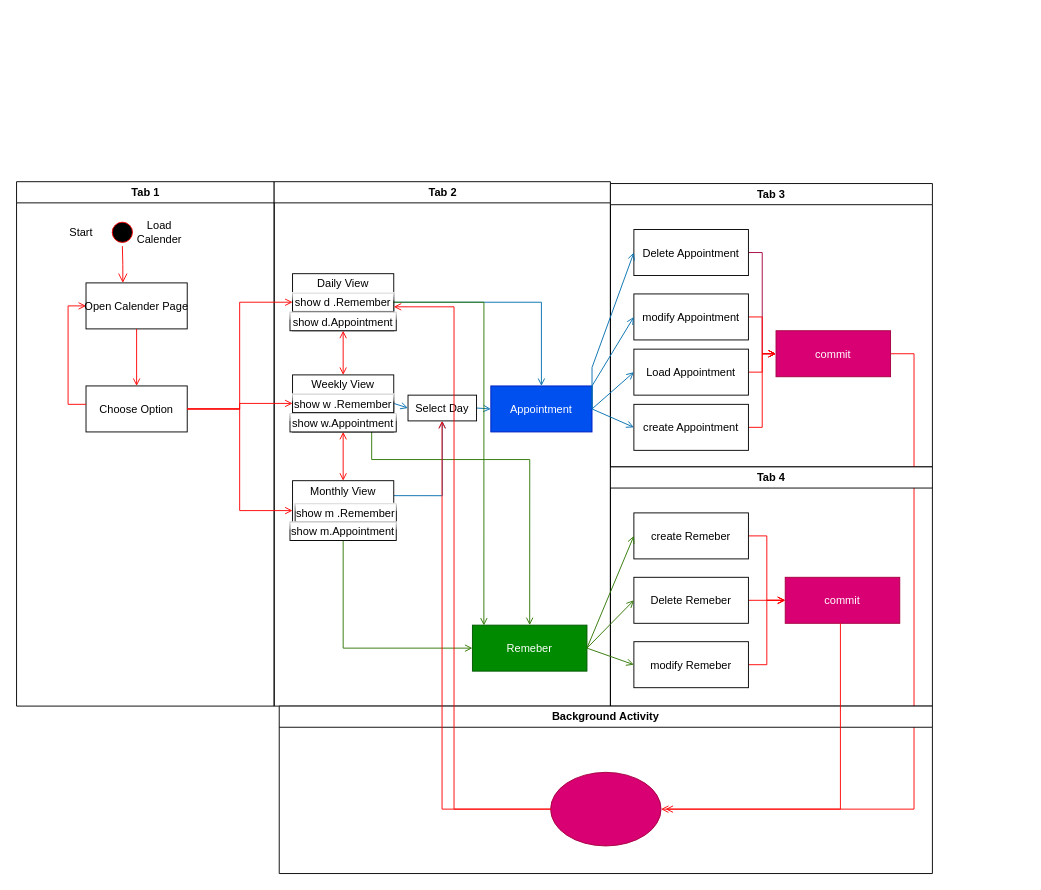
This is UML- AKtivitäten Diagramm/Aktivity Diagramm_15.40.drawio from Psion-Syncrolution/TimeBuddy, a draw.io file, before an edit. Source tidied: cells renumbered, new cells numbered last; positions are measured from the earlier drawing's top-left corner, leaving out a move shared by most shapes. Both pictures are drawn from the tidied source at 92%, with x=0, y=0 at pixel (16, 181).
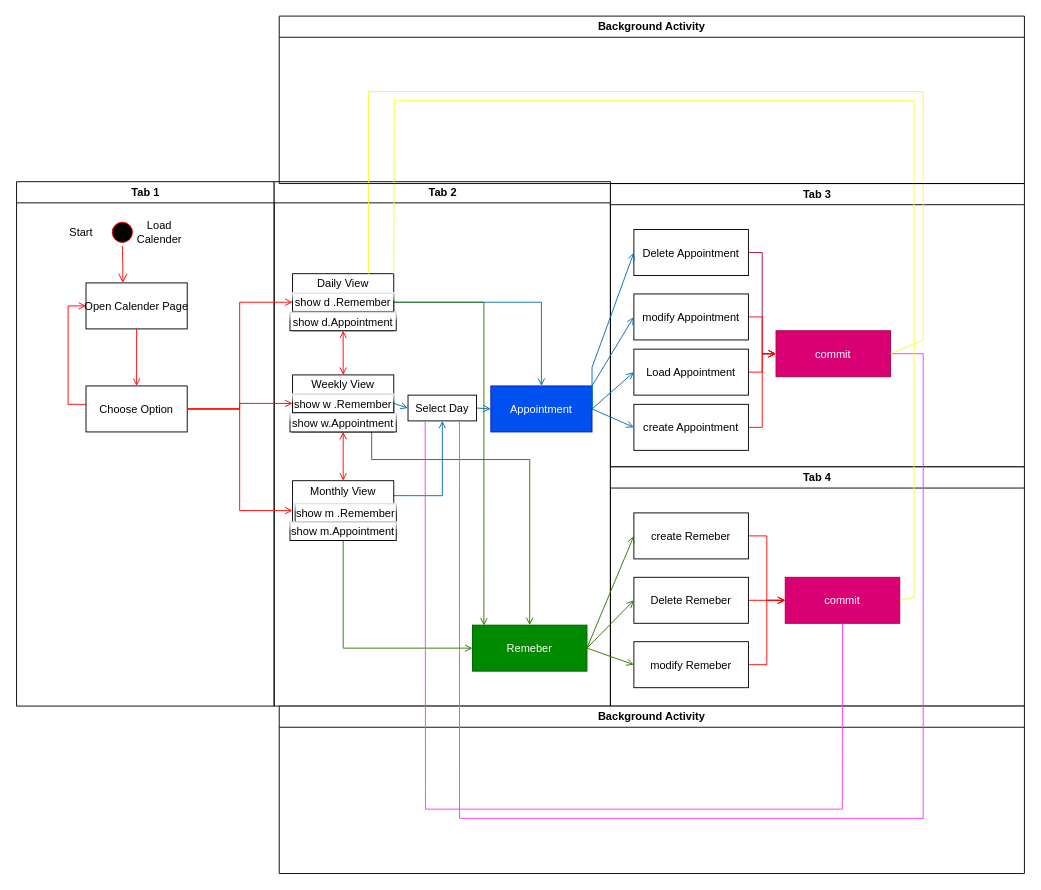
The same diagram, later.

The change refers to these unchanged cells:
```xml
<mxCell id="13" value="Daily View&#10;&#10;&#10;" parent="11" vertex="1">
  <mxGeometry x="20" y="100" width="110" height="62" as="geometry" />
</mxCell>
<mxCell id="25" value="Select Day" parent="11" vertex="1">
  <mxGeometry x="145.5" y="232" width="74.5" height="28" as="geometry" />
</mxCell>
<mxCell id="30" value="show d .Remember" style="glass=1;" parent="11" vertex="1">
  <mxGeometry x="20" y="121" width="110" height="20" as="geometry" />
</mxCell>
<mxCell id="44" value="commit" style="fillColor=#d80073;fontColor=#ffffff;strokeColor=#A50040;" parent="34" vertex="1">
  <mxGeometry x="180" y="160" width="124.5" height="50" as="geometry" />
</mxCell>
<mxCell id="56" value="commit" style="fillColor=#d80073;fontColor=#ffffff;strokeColor=#A50040;" parent="49" vertex="1">
  <mxGeometry x="190" y="120" width="124.5" height="50" as="geometry" />
</mxCell>
```

What changed in the source:
```diff
@@
     <mxCell id="34" value="Tab 3" style="swimlane;whiteSpace=wrap;" parent="1" vertex="1">
-      <mxGeometry x="646" y="2" width="350" height="308" as="geometry" />
+      <mxGeometry x="646" y="2" width="450" height="308" as="geometry" />
     </mxCell>
@@
-    <mxCell id="43" style="edgeStyle=elbowEdgeStyle;shape=connector;rounded=0;jettySize=auto;elbow=horizontal;html=1;strokeColor=#FF0000;align=center;verticalAlign=middle;fontFamily=Helvetica;fontSize=12;fontColor=#ffffff;labelBackgroundColor=default;endArrow=open;endFill=1;" parent="34" edge="1" source="44">
-      <mxGeometry relative="1" as="geometry">
-        <mxPoint x="60" y="680" as="targetPoint" />
-        <Array as="points">
-          <mxPoint x="330" y="430" />
-        </Array>
-      </mxGeometry>
-    </mxCell>
@@
     <mxCell id="49" value="Tab 4" style="swimlane;whiteSpace=wrap;" parent="1" vertex="1">
-      <mxGeometry x="646" y="310" width="350" height="260" as="geometry" />
+      <mxGeometry x="646" y="310" width="450" height="260" as="geometry" />
     </mxCell>
@@
     <mxCell id="63" value="Background Activity" style="swimlane;whiteSpace=wrap;startSize=23;" parent="1" vertex="1">
-      <mxGeometry x="286" y="570" width="710" height="182" as="geometry" />
+      <mxGeometry x="286" y="570" width="810" height="182" as="geometry" />
     </mxCell>
-    <mxCell id="64" style="ellipse;whiteSpace=wrap;html=1;strokeColor=#A50040;align=center;verticalAlign=middle;fontFamily=Helvetica;fontSize=12;fontColor=#ffffff;fillColor=#d80073;" parent="63" vertex="1">
-      <mxGeometry x="295" y="72" width="120" height="80" as="geometry" />
-    </mxCell>
-    <mxCell id="65" style="edgeStyle=elbowEdgeStyle;shape=connector;rounded=0;jettySize=auto;elbow=horizontal;html=1;entryX=1;entryY=0.5;entryDx=0;entryDy=0;strokeColor=#FF0000;align=center;verticalAlign=middle;fontFamily=Helvetica;fontSize=12;fontColor=#ffffff;labelBackgroundColor=default;endArrow=open;endFill=1;" parent="1" edge="1" source="56" target="64">
-      <mxGeometry relative="1" as="geometry">
-        <Array as="points">
-          <mxPoint x="896" y="562" />
-        </Array>
-      </mxGeometry>
-    </mxCell>
-    <mxCell id="66" style="edgeStyle=elbowEdgeStyle;shape=connector;rounded=0;jettySize=auto;elbow=horizontal;html=1;entryX=0.5;entryY=1;entryDx=0;entryDy=0;strokeColor=#FF0000;align=center;verticalAlign=middle;fontFamily=Helvetica;fontSize=12;fontColor=#ffffff;labelBackgroundColor=default;endArrow=open;endFill=1;" parent="1" edge="1" source="64" target="25">
-      <mxGeometry relative="1" as="geometry">
-        <Array as="points">
-          <mxPoint x="463" y="472" />
-        </Array>
-      </mxGeometry>
-    </mxCell>
-    <mxCell id="67" style="edgeStyle=elbowEdgeStyle;shape=connector;rounded=0;jettySize=auto;elbow=horizontal;html=1;entryX=1;entryY=0.75;entryDx=0;entryDy=0;strokeColor=#FF0000;align=center;verticalAlign=middle;fontFamily=Helvetica;fontSize=12;fontColor=#ffffff;labelBackgroundColor=default;endArrow=open;endFill=1;" parent="1" edge="1" source="64" target="30">
-      <mxGeometry relative="1" as="geometry">
-        <Array as="points">
-          <mxPoint x="476" y="402" />
-        </Array>
-      </mxGeometry>
-    </mxCell>
+    <mxCell id="68" style="endArrow=none;html=1;rounded=0;entryX=0.5;entryY=1;entryDx=0;entryDy=0;exitX=0.25;exitY=1;exitDx=0;exitDy=0;strokeColor=#FF33FF;" parent="1" edge="1" source="25" target="56">
+      <mxGeometry relative="1" as="geometry">
+        <Array as="points">
+          <mxPoint x="445" y="682" />
+          <mxPoint x="898" y="682" />
+        </Array>
+      </mxGeometry>
+    </mxCell>
+    <mxCell id="69" style="endArrow=none;html=1;rounded=0;entryX=1;entryY=0.5;entryDx=0;entryDy=0;exitX=0.75;exitY=1;exitDx=0;exitDy=0;strokeColor=#FF33FF;" parent="1" edge="1" source="25" target="44">
+      <mxGeometry relative="1" as="geometry">
+        <Array as="points">
+          <mxPoint x="482" y="692" />
+          <mxPoint x="986" y="692" />
+          <mxPoint x="986" y="187" />
+        </Array>
+      </mxGeometry>
+    </mxCell>
+    <mxCell id="70" style="endArrow=none;html=1;rounded=0;entryX=1;entryY=0.5;entryDx=0;entryDy=0;exitX=0.75;exitY=0;exitDx=0;exitDy=0;strokeColor=#F8FF2F;" parent="1" edge="1" source="13" target="44">
+      <mxGeometry relative="1" as="geometry">
+        <Array as="points">
+          <mxPoint x="383" y="-98" />
+          <mxPoint x="986" y="-98" />
+          <mxPoint x="986" y="72" />
+          <mxPoint x="986" y="172" />
+        </Array>
+      </mxGeometry>
+    </mxCell>
+    <mxCell id="71" style="endArrow=none;html=1;rounded=0;entryX=1;entryY=0.5;entryDx=0;entryDy=0;exitX=1;exitY=0;exitDx=0;exitDy=0;strokeColor=#F8FF2F;" parent="1" edge="1" source="13" target="56">
+      <mxGeometry relative="1" as="geometry">
+        <Array as="points">
+          <mxPoint x="411" y="-88" />
+          <mxPoint x="976" y="-88" />
+          <mxPoint x="976" y="452" />
+        </Array>
+      </mxGeometry>
+    </mxCell>
+    <mxCell id="72" value="Background Activity" style="swimlane;whiteSpace=wrap;startSize=23;" parent="1" vertex="1">
+      <mxGeometry x="286" y="-180" width="810" height="182" as="geometry" />
+    </mxCell>
```
